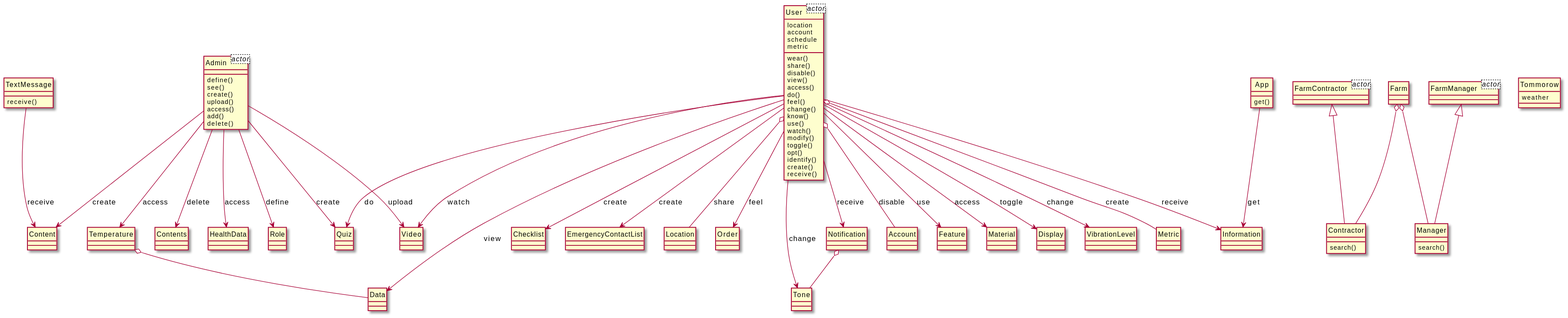
Above: output/diagram_5/2016-USC-Project09.svg in xixixhalu/DomainModelExtractor (PlantUML), before the change.
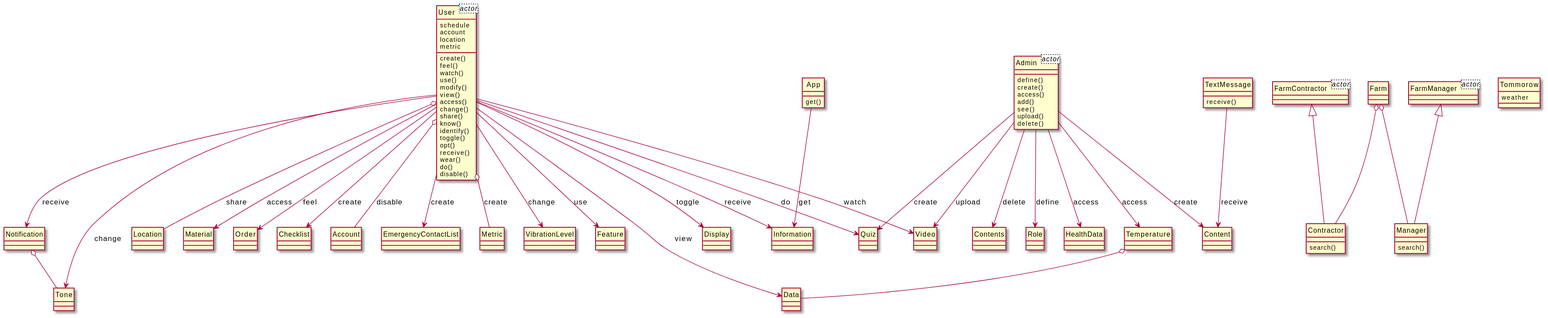
The same diagram one commit later.

What changed in the source:
```diff
@@ -1,9 +1,9 @@
 @startuml
 hide circle
 class User<actor> {
+	schedule
+	account
 	location
-	account
-	schedule
 	metric
 }
 class Admin<actor> {
@@ -15,123 +15,123 @@
 class Tommorow {
 	weather
 }
+class Farm {
+}
+class Manager {
+	search()
+}
+class Contractor {
+	search()
+}
 class Tone {
 }
 class Data {
 }
-class Farm {
-}
-class Contractor {
-	search()
-}
-class Manager {
-	search()
+class Admin {
+	define()
+	create()
+	access()
+	add()
+	see()
+	upload()
+	delete()
 }
 class User {
-	wear()
-	share()
-	disable()
+	create()
+	feel()
+	watch()
+	use()
+	modify()
 	view()
 	access()
-	do()
-	feel()
 	change()
+	share()
 	know()
-	use()
-	watch()
-	modify()
+	identify()
 	toggle()
 	opt()
-	identify()
-	create()
 	receive()
-}
-class Quiz {
-}
-class Checklist {
-}
-class Admin {
-	define()
-	see()
-	create()
-	upload()
-	access()
-	add()
-	delete()
-}
-class EmergencyContactList {
-}
-class Video {
-}
-class Location {
-}
-class Order {
-}
-class Account {
-}
-class Notification {
-}
-class Content {
-}
-class TextMessage {
-	receive()
-}
-class Feature {
-}
-class Contents {
-}
-class Material {
+	wear()
+	do()
+	disable()
 }
 class App {
 	get()
 }
 class Information {
 }
-class Display {
+class Location {
 }
-class HealthData {
+class TextMessage {
+	receive()
+}
+class Content {
+}
+class Material {
+}
+class Temperature {
+}
+class Order {
+}
+class Checklist {
+}
+class Account {
+}
+class EmergencyContactList {
+}
+class Quiz {
+}
+class Video {
+}
+class Contents {
+}
+class Metric {
 }
 class Role {
 }
 class VibrationLevel {
 }
-class Temperature {
+class HealthData {
 }
-class Metric {
+class Feature {
+}
+class Notification {
+}
+class Display {
 }
 class FarmManager {
 }
 class FarmContractor {
 }
+App --> Information : get
+User --> Display : toggle
+Notification o-- Tone
+Temperature o-- Data
+User o-- Location : share
+User --> Quiz : do
+Farm o-- Contractor
+Admin --> Contents : delete
+Admin --> Content : create
+FarmManager <|-- Manager
+TextMessage --> Content : receive
+User o-- Metric : create
+FarmContractor <|-- Contractor
+User --> Material : access
+Farm o-- Manager
+Admin --> Role : define
+Admin --> Temperature : access
+User --> Information : receive
 User --> Data : view
-Farm o-- Contractor
+User --> Order : feel
+User --> VibrationLevel : change
 User --> Checklist : create
+User --> Video : watch
+User --> Tone : change
+User o-- Account : disable
+Admin --> HealthData : access
+User --> EmergencyContactList : create
+User --> Feature : use
 Admin --> Quiz : create
-User --> Tone : change
-Notification o-- Tone
-User --> EmergencyContactList : create
-User --> Material : access
-Temperature o-- Data
-User --> Video : watch
-FarmContractor <|-- Contractor
+User --> Notification : receive
 Admin --> Video : upload
-App --> Information : get
-Farm o-- Manager
-User o-- Location : share
-User --> Display : toggle
-User --> Order : feel
-Admin --> HealthData : access
-User o-- Account : disable
-User --> Information : receive
-Admin --> Role : define
-User --> Notification : receive
-User --> VibrationLevel : change
-Admin --> Content : create
-TextMessage --> Content : receive
-Admin --> Temperature : access
-Admin --> Contents : delete
-User --> Quiz : do
-User --> Feature : use
-User o-- Metric : create
-FarmManager <|-- Manager
 @enduml
```
